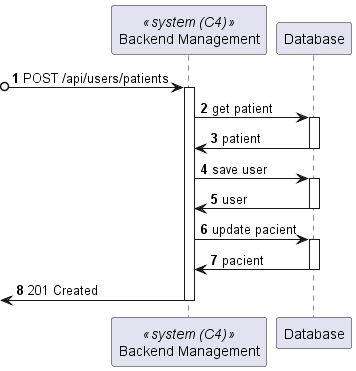
Lapr5G21/sem5pi-24-25-3ddg21 keeps this PlantUML diagram as docs/BackofficeUserLogIn/views/level3/process-view1.png. Above is the earlier version.
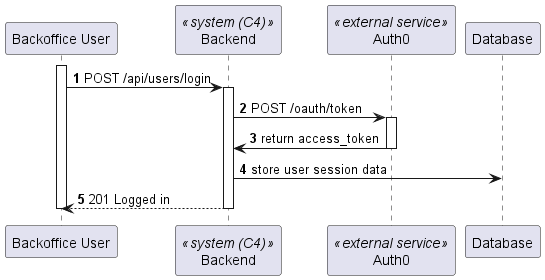
Later version of the same file.

What changed in the source:
```diff
@@ -1,39 +1,24 @@
 @startuml
 
 autonumber
-participant BE as "Backend Management" <<system (C4)>>
+participant Backoffice as "Backoffice User"
+participant BE as "Backend" <<system (C4)>>
+participant Auth0 as "Auth0" <<external service>>
 participant DB as "Database"
 
-?o-> BE : POST /api/users/patients
+activate Backoffice
+Backoffice -> BE : POST /api/users/login
 activate BE
 
-BE -> DB : get patient
+BE -> Auth0 : POST /oauth/token
+activate Auth0
 
-activate DB
+Auth0 -> BE : return access_token
+deactivate Auth0
 
-DB -> BE : patient
-
+BE -> DB : store user session data
 deactivate DB
-
-
-BE -> DB : save user
-
-activate DB
-
-DB -> BE : user
-
-deactivate DB
-
-BE -> DB : update pacient
-
-activate DB
-
-DB -> BE : pacient
-
-deactivate DB
-
-<- BE : 201 Created
-
+Backoffice <-- BE : 201 Logged in
 deactivate BE
-
+deactivate Backoffice
 @enduml
```
